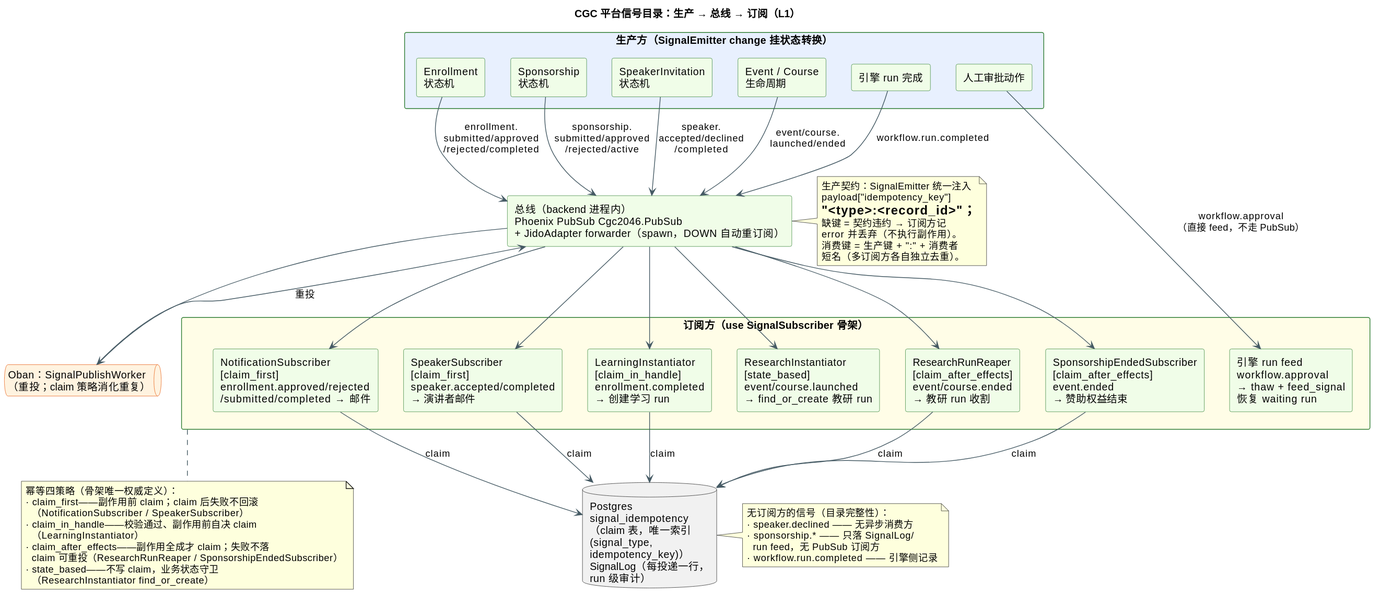
CodingGirlsClub/cgc_2046 keeps this PlantUML diagram as docs/diagrams/signal-event-catalog.svg. Above is the earlier version.
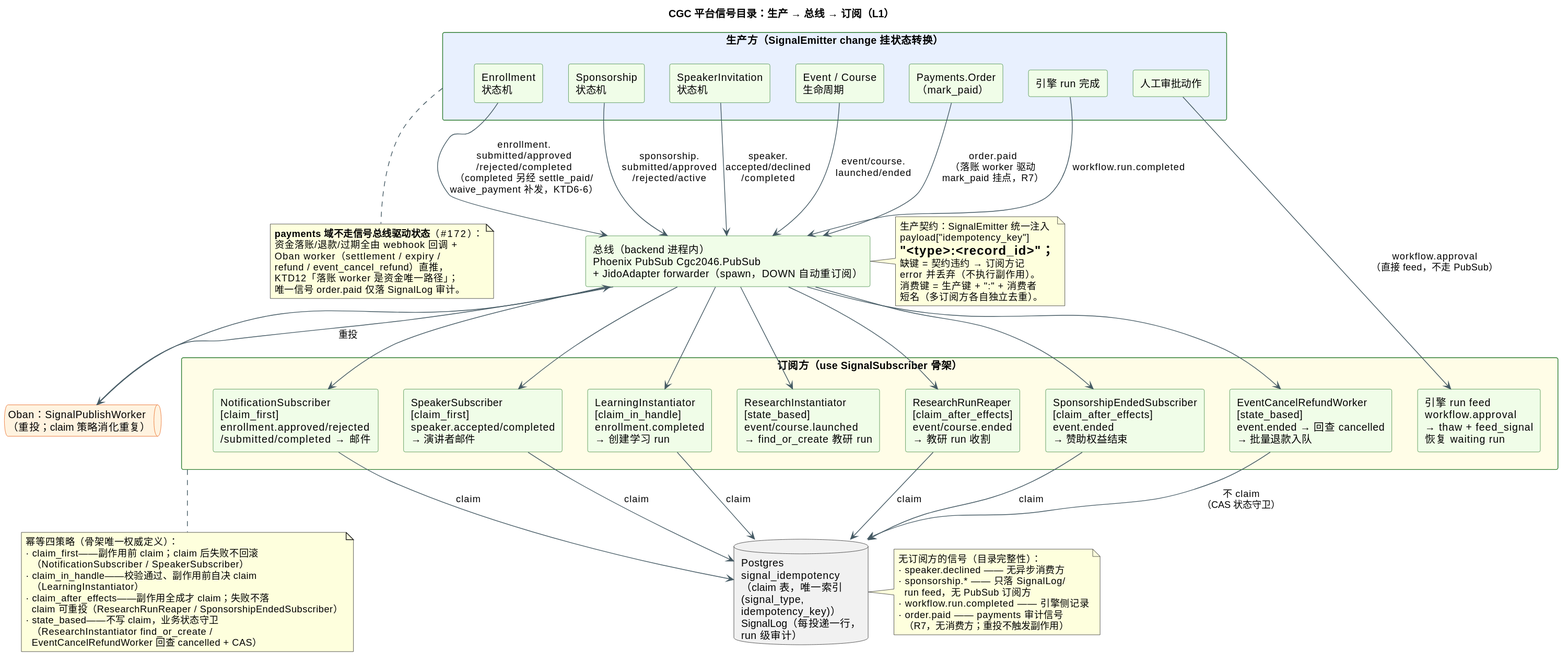
Later version of the same file.

Diff of the diagram source:
```diff
@@ -19,6 +19,7 @@
     rectangle "Sponsorship\n状态机" as P_SPO
     rectangle "SpeakerInvitation\n状态机" as P_SPK
     rectangle "Event / Course\n生命周期" as P_EVT
+    rectangle "Payments.Order\n（mark_paid）" as P_ORD
     rectangle "人工审批动作" as P_HUM
     rectangle "引擎 run 完成" as P_ENG
 }
@@ -34,15 +35,17 @@
     rectangle "ResearchInstantiator\n[state_based]\nevent/course.launched\n→ find_or_create 教研 run" as S_RI
     rectangle "ResearchRunReaper\n[claim_after_effects]\nevent/course.ended\n→ 教研 run 收割" as S_RR
     rectangle "SponsorshipEndedSubscriber\n[claim_after_effects]\nevent.ended\n→ 赞助权益结束" as S_SE
+    rectangle "EventCancelRefundWorker\n[state_based]\nevent.ended → 回查 cancelled\n→ 批量退款入队" as S_ECR
     rectangle "引擎 run feed\nworkflow.approval\n→ thaw + feed_signal\n恢复 waiting run" as S_FEED
 }
 
 database "Postgres\nsignal_idempotency\n（claim 表，唯一索引\n(signal_type,\nidempotency_key)）\nSignalLog（每投递一行，\nrun 级审计）" as PG
 
-P_ENR --> BUS : enrollment.\nsubmitted/approved\n/rejected/completed
+P_ENR --> BUS : enrollment.\nsubmitted/approved\n/rejected/completed\n（completed 另经 settle_paid/\nwaive_payment 补发，KTD6-6）
 P_SPO --> BUS : sponsorship.\nsubmitted/approved\n/rejected/active
 P_SPK --> BUS : speaker.\naccepted/declined\n/completed
 P_EVT --> BUS : event/course.\nlaunched/ended
+P_ORD --> BUS : order.paid\n（落账 worker 驱动\nmark_paid 挂点，R7）
 P_HUM --> S_FEED : workflow.approval\n（直接 feed，不走 PubSub）
 P_ENG --> BUS : workflow.run.completed
 
@@ -52,6 +55,7 @@
 BUS --> S_RI
 BUS --> S_RR
 BUS --> S_SE
+BUS --> S_ECR
 BUS --> RETRY
 RETRY --> BUS : 重投
 
@@ -60,6 +64,7 @@
 S_LI --> PG : claim
 S_RR --> PG : claim
 S_SE --> PG : claim
+S_ECR --> PG : 不 claim\n（CAS 状态守卫）
 
 note right of BUS
   生产契约：SignalEmitter 统一注入
@@ -71,6 +76,15 @@
   短名（多订阅方各自独立去重）。
 end note
 
+note bottom of PRODUCERS
+  **payments 域不走信号总线驱动状态**（#172）：
+  资金落账/退款/过期全由 webhook 回调 +
+  Oban worker（settlement / expiry /
+  refund / event_cancel_refund）直推，
+  KTD12「落账 worker 是资金唯一路径」；
+  唯一信号 order.paid 仅落 SignalLog 审计。
+end note
+
 note bottom of SUBS
   幂等四策略（骨架唯一权威定义）：
   · claim_first——副作用前 claim；claim 后失败不回滚
@@ -80,7 +94,8 @@
   · claim_after_effects——副作用全成才 claim；失败不落
     claim 可重投（ResearchRunReaper / SponsorshipEndedSubscriber）
   · state_based——不写 claim，业务状态守卫
-    （ResearchInstantiator find_or_create）
+    （ResearchInstantiator find_or_create /
+    EventCancelRefundWorker 回查 cancelled + CAS）
 end note
 
 note right of PG
@@ -89,5 +104,7 @@
   · sponsorship.* —— 只落 SignalLog/
     run feed，无 PubSub 订阅方
   · workflow.run.completed —— 引擎侧记录
+  · order.paid —— payments 审计信号
+    （R7，无消费方；重投不触发副作用）
 end note
 @enduml
```
